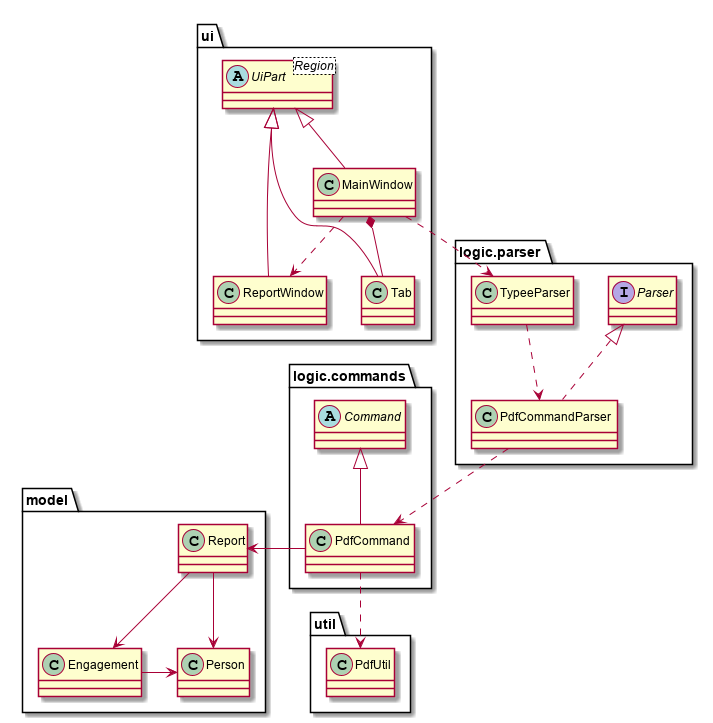
Before: docs/images/PdfCommandClassDiagram.png, a diagram exported from PlantUML (nus-cs2103-AY1920S1/addressbook-level3).
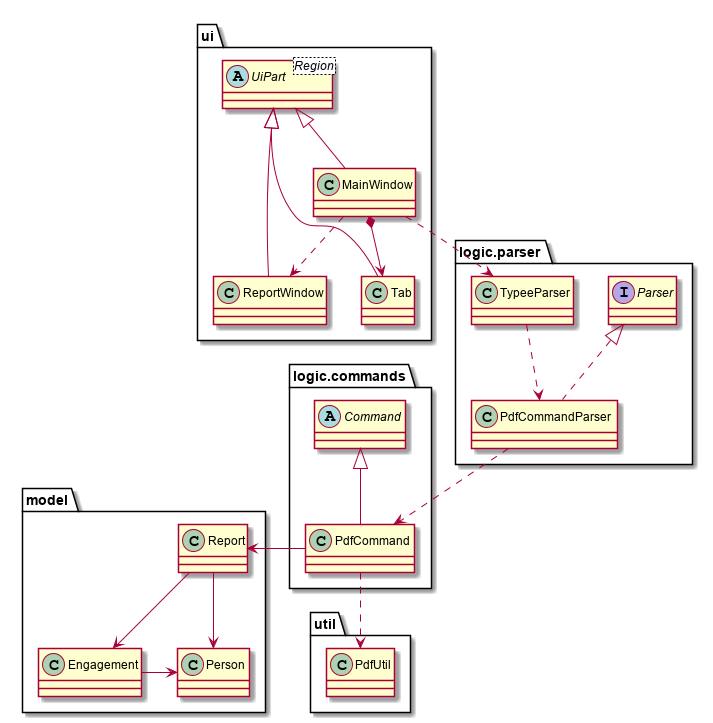
The same diagram one commit later.

Commit message:
updates in DG tab and pdf command.

What changed in the source:
```diff
@@ -27,7 +27,7 @@
 UiPart <|-- Tab
 UiPart <|-- MainWindow
 UiPart <|-- ReportWindow
-MainWindow *-- Tab
+MainWindow *--> Tab
 MainWindow ..> ReportWindow
 MainWindow ..> TypeeParser
 Command <|-- PdfCommand
```
